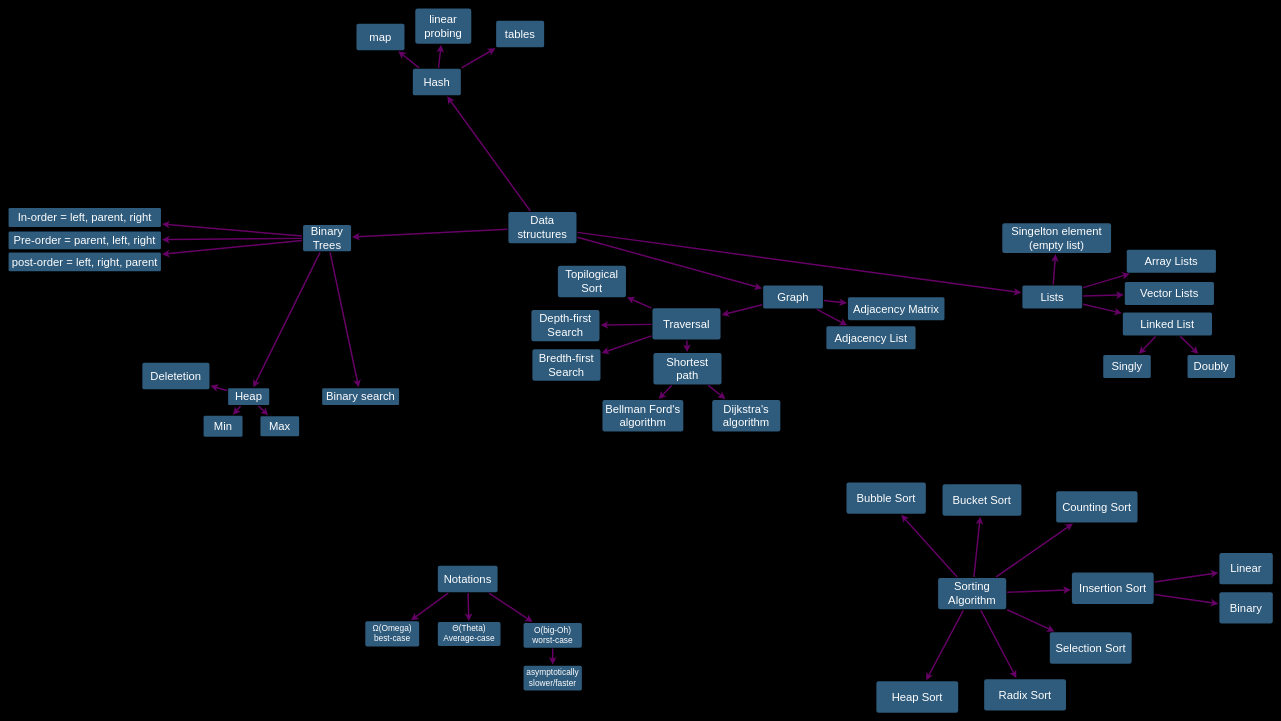
mogggen/Datastrukturer-och-algoritmer keeps this draw.io diagram as Datastrukturer och algoritmer/Topics map.drawio. Above is the earlier version. Source tidied: cells renumbered, new cells numbered last; positions are measured from the earlier drawing's top-left corner, leaving out a move shared by most shapes. Both pictures are drawn from the tidied source at 49%, with x=0, y=0 at pixel (8, 8).
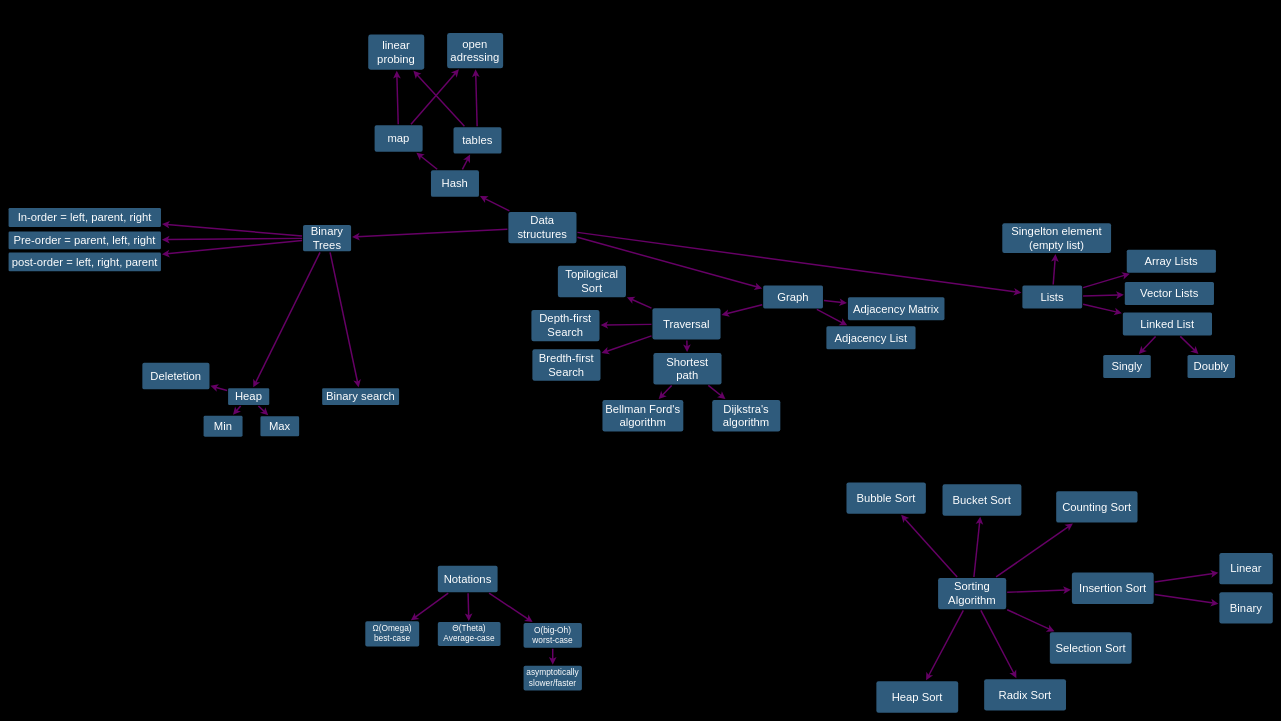
Above is the later version.

Commit message:
open adressing

The edit, as a diff of the source:
```diff
@@
     <mxCell id="77" value="Hash" style="rounded=1;whiteSpace=wrap;html=1;shadow=0;labelBackgroundColor=none;strokeColor=none;strokeWidth=3;fillColor=#2F5B7C;fontFamily=Helvetica;fontSize=23;fontColor=#FFFFFF;align=center;fontStyle=0;spacing=5;arcSize=7;perimeterSpacing=2;glass=0;" parent="1" vertex="1">
-      <mxGeometry x="825" y="123" width="98" height="54" as="geometry" />
+      <mxGeometry x="862" y="330" width="98" height="54" as="geometry" />
     </mxCell>
@@
     <mxCell id="79" value="tables" style="rounded=1;whiteSpace=wrap;html=1;shadow=0;labelBackgroundColor=none;strokeColor=none;strokeWidth=3;fillColor=#2F5B7C;fontFamily=Helvetica;fontSize=23;fontColor=#FFFFFF;align=center;fontStyle=0;spacing=5;arcSize=7;perimeterSpacing=2;glass=0;" parent="1" vertex="1">
-      <mxGeometry x="995" y="25" width="98" height="54" as="geometry" />
+      <mxGeometry x="908" y="242" width="98" height="54" as="geometry" />
     </mxCell>
@@
     <mxCell id="81" value="map" style="rounded=1;whiteSpace=wrap;html=1;shadow=0;labelBackgroundColor=none;strokeColor=none;strokeWidth=3;fillColor=#2F5B7C;fontFamily=Helvetica;fontSize=23;fontColor=#FFFFFF;align=center;fontStyle=0;spacing=5;arcSize=7;perimeterSpacing=2;glass=0;" parent="1" vertex="1">
-      <mxGeometry x="710" y="31" width="98" height="54" as="geometry" />
+      <mxGeometry x="747" y="238" width="98" height="54" as="geometry" />
     </mxCell>
@@
     <mxCell id="83" value="linear probing" style="rounded=1;whiteSpace=wrap;html=1;shadow=0;labelBackgroundColor=none;strokeColor=none;strokeWidth=3;fillColor=#2F5B7C;fontFamily=Helvetica;fontSize=23;fontColor=#FFFFFF;align=center;fontStyle=0;spacing=5;arcSize=7;perimeterSpacing=2;glass=0;" parent="1" vertex="1">
-      <mxGeometry x="830" width="114.3" height="72" as="geometry" />
+      <mxGeometry x="734" y="53" width="114.3" height="72" as="geometry" />
     </mxCell>
-    <mxCell id="84" style="edgeStyle=none;rounded=0;jumpStyle=none;html=1;shadow=0;labelBackgroundColor=none;startArrow=none;startFill=0;endArrow=classic;endFill=1;jettySize=auto;strokeWidth=3;fontFamily=Helvetica;fontSize=16;fontColor=#23445D;spacing=5;fillColor=#e3c800;strokeColor=#660066;" parent="1" edge="1" source="77" target="83">
+    <mxCell id="84" style="edgeStyle=none;rounded=0;jumpStyle=none;html=1;shadow=0;labelBackgroundColor=none;startArrow=none;startFill=0;endArrow=classic;endFill=1;jettySize=auto;strokeWidth=3;fontFamily=Helvetica;fontSize=16;fontColor=#23445D;spacing=5;fillColor=#e3c800;strokeColor=#660066;" parent="1" edge="1" source="79" target="83">
       <mxGeometry relative="1" as="geometry" />
     </mxCell>
@@
+    <mxCell id="91" value="open adressing" style="rounded=1;whiteSpace=wrap;html=1;shadow=0;labelBackgroundColor=none;strokeColor=none;strokeWidth=3;fillColor=#2F5B7C;fontFamily=Helvetica;fontSize=23;fontColor=#FFFFFF;align=center;fontStyle=0;spacing=5;arcSize=7;perimeterSpacing=2;glass=0;" parent="1" vertex="1">
+      <mxGeometry x="895" y="50" width="114.3" height="72" as="geometry" />
+    </mxCell>
+    <mxCell id="92" style="edgeStyle=none;rounded=0;jumpStyle=none;html=1;shadow=0;labelBackgroundColor=none;startArrow=none;startFill=0;endArrow=classic;endFill=1;jettySize=auto;strokeWidth=3;fontFamily=Helvetica;fontSize=16;fontColor=#23445D;spacing=5;fillColor=#e3c800;strokeColor=#660066;" parent="1" edge="1" source="79" target="91">
+      <mxGeometry relative="1" as="geometry" />
+    </mxCell>
+    <mxCell id="93" style="edgeStyle=none;rounded=0;jumpStyle=none;html=1;shadow=0;labelBackgroundColor=none;startArrow=none;startFill=0;endArrow=classic;endFill=1;jettySize=auto;strokeWidth=3;fontFamily=Helvetica;fontSize=16;fontColor=#23445D;spacing=5;fillColor=#e3c800;strokeColor=#660066;" parent="1" edge="1" source="81" target="83">
+      <mxGeometry relative="1" as="geometry" />
+    </mxCell>
+    <mxCell id="94" style="edgeStyle=none;rounded=0;jumpStyle=none;html=1;shadow=0;labelBackgroundColor=none;startArrow=none;startFill=0;endArrow=classic;endFill=1;jettySize=auto;strokeWidth=3;fontFamily=Helvetica;fontSize=16;fontColor=#23445D;spacing=5;fillColor=#e3c800;strokeColor=#660066;" parent="1" edge="1" source="81" target="91">
+      <mxGeometry relative="1" as="geometry" />
+    </mxCell>
```
